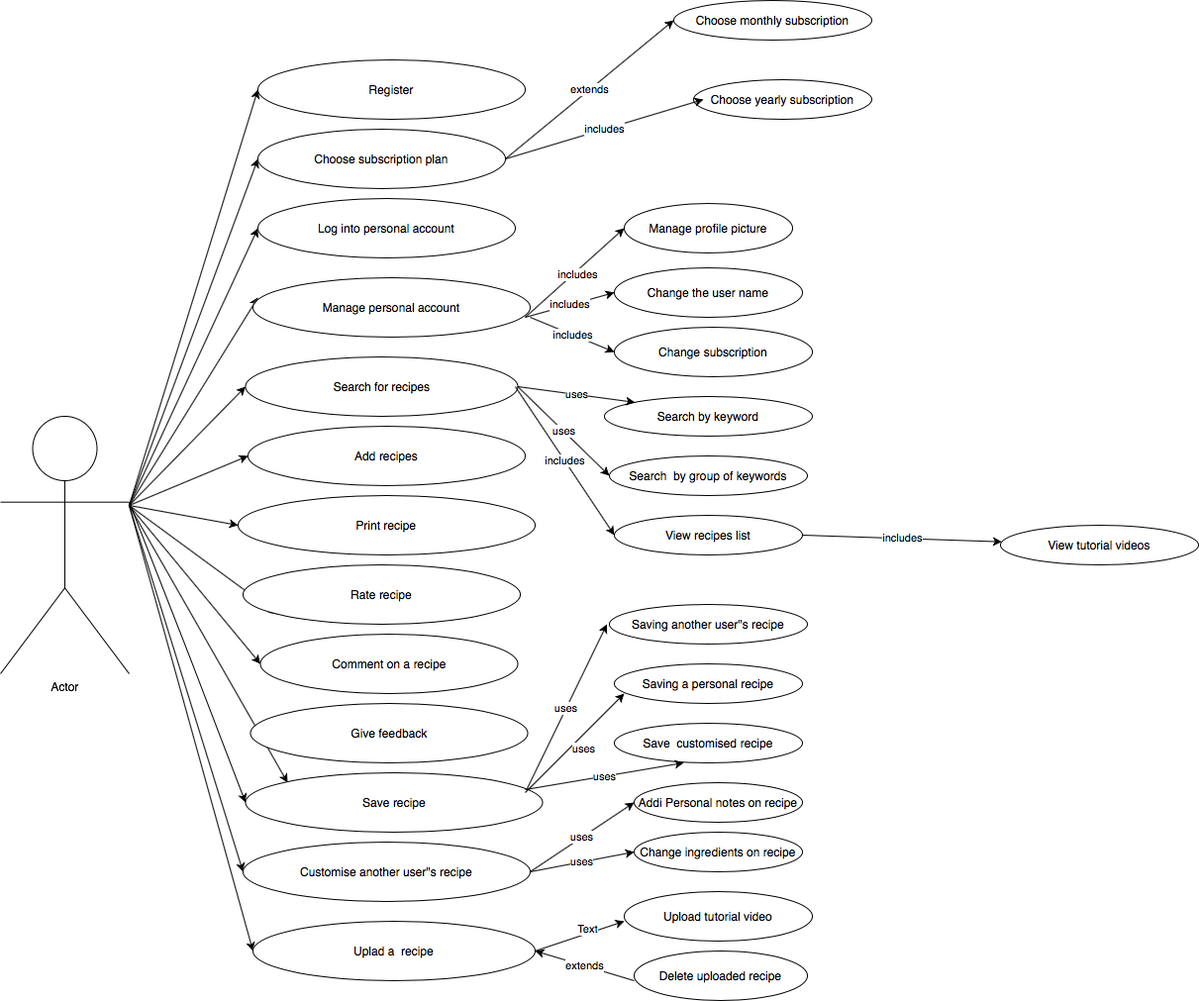
Earlier version of the draw.io export Untitled Diagram.png (fardin019/CS335-RecipeRepositoryApp). Source tidied: cells renumbered, new cells last; positions are measured from the earlier drawing's top-left corner, leaving out a move shared by most shapes.
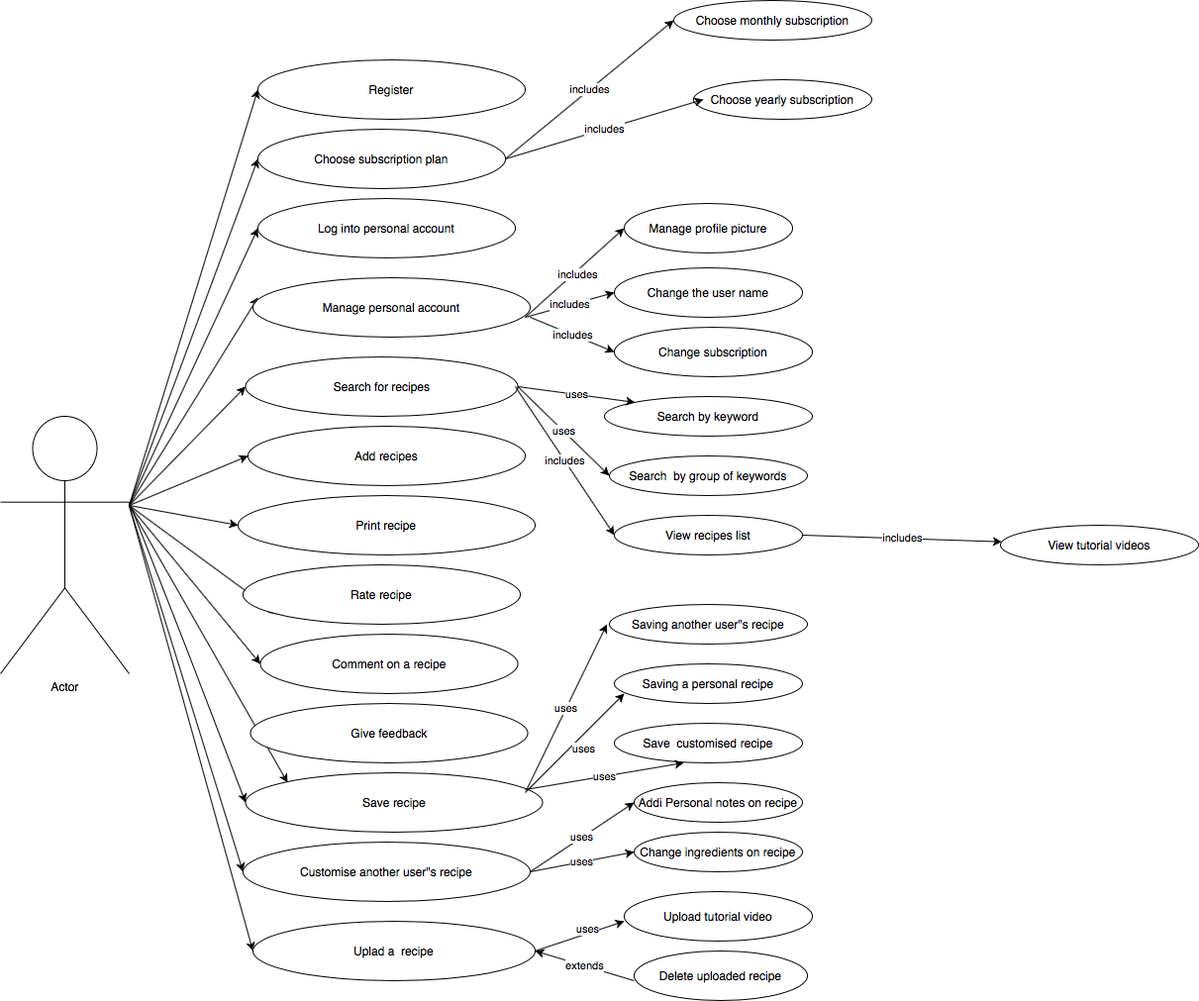
After the change.

Commit message:
SYSTEM USE CASE DIAGRAM

The edit, as a diff of the source:
```diff
@@ -17,7 +17,7 @@
     <mxCell id="5" value="Choose subscription plan" style="ellipse;whiteSpace=wrap;html=1;" parent="1" vertex="1">
       <mxGeometry x="260" y="130" width="250" height="60" as="geometry" />
     </mxCell>
-    <mxCell id="6" value="extends" style="endArrow=classic;html=1;entryX=0;entryY=0.5;entryDx=0;entryDy=0;exitX=1;exitY=0.5;exitDx=0;exitDy=0;" parent="1" edge="1" source="5" target="7">
+    <mxCell id="6" value="includes" style="endArrow=classic;html=1;entryX=0;entryY=0.5;entryDx=0;entryDy=0;exitX=1;exitY=0.5;exitDx=0;exitDy=0;" parent="1" edge="1" source="5" target="7">
       <mxGeometry relative="1" as="geometry" />
     </mxCell>
     <mxCell id="7" value="Choose monthly subscription" style="ellipse;whiteSpace=wrap;html=1;" parent="1" vertex="1">
@@ -228,7 +228,7 @@
         <mxPoint x="630" y="930" as="targetPoint" />
       </mxGeometry>
     </mxCell>
-    <mxCell id="59" value="Text" style="edgeLabel;html=1;align=center;verticalAlign=middle;" parent="58" vertex="1">
+    <mxCell id="59" value="uses" style="edgeLabel;html=1;align=center;verticalAlign=middle;" parent="58" vertex="1">
       <mxGeometry x="0.2" y="5" relative="1" as="geometry" />
     </mxCell>
     <mxCell id="60" value="Upload tutorial video" style="ellipse;whiteSpace=wrap;html=1;" parent="1" vertex="1">
```
